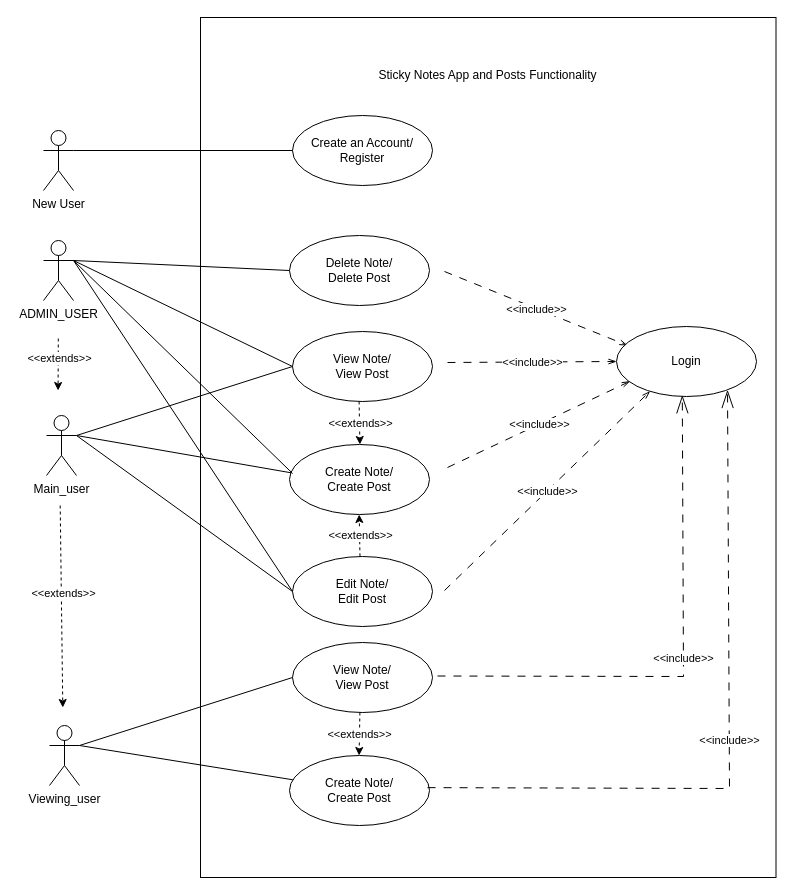
Above: Sticky_notes Use case diagram.drawio in DANIEL-BOERESCU/Sticky-notes (draw.io), before the change. Source tidied: cells renumbered, new cells numbered last; positions are measured from the earlier drawing's top-left corner, leaving out a move shared by most shapes. Both pictures are drawn from the tidied source at 100%, with x=0, y=0 at pixel (43, 17).
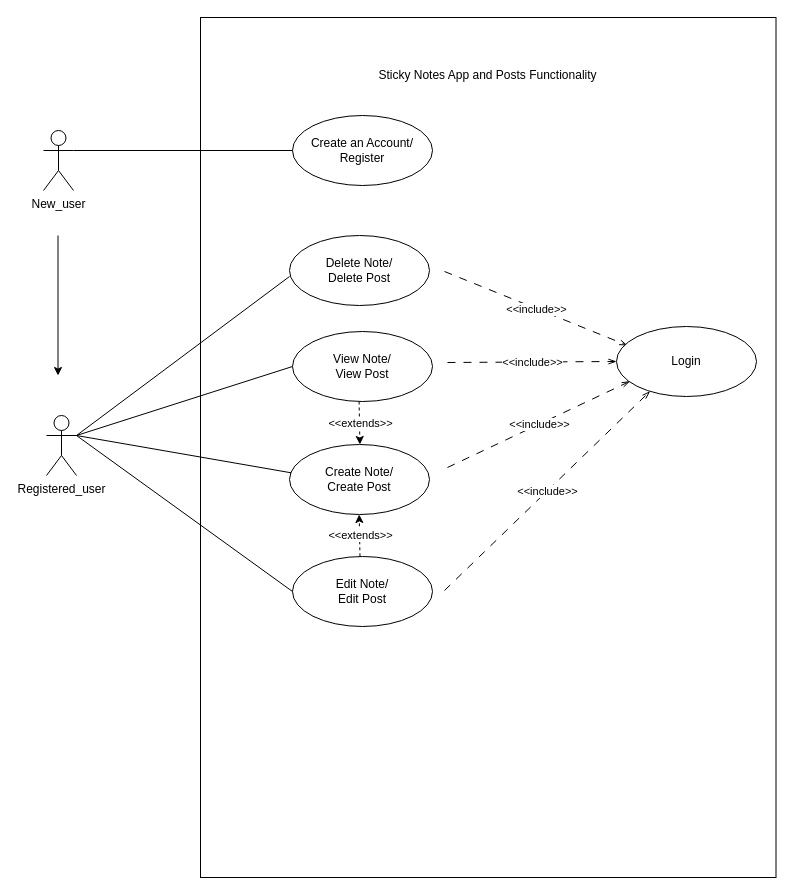
The same page after the edit.

Commit message (it also covers changes not shown here):
Amended diagrams

The change refers to these unchanged cells:
```xml
<mxCell id="6" value="View Note/&lt;div&gt;View Post&lt;br&gt;&lt;/div&gt;" style="ellipse;whiteSpace=wrap;html=1;" parent="1" vertex="1">
  <mxGeometry x="249" y="314" width="140" height="70" as="geometry" />
</mxCell>
<mxCell id="7" value="Create Note/&lt;div&gt;Create Post&lt;br&gt;&lt;/div&gt;" style="ellipse;whiteSpace=wrap;html=1;" parent="1" vertex="1">
  <mxGeometry x="246" y="427" width="140" height="70" as="geometry" />
</mxCell>
<mxCell id="9" value="Edit Note/&lt;div&gt;Edit Post&lt;/div&gt;" style="ellipse;whiteSpace=wrap;html=1;" parent="1" vertex="1">
  <mxGeometry x="249" y="539" width="140" height="70" as="geometry" />
</mxCell>
<mxCell id="21" value="Login" style="ellipse;whiteSpace=wrap;html=1;" parent="1" vertex="1">
  <mxGeometry x="573" y="309" width="140" height="70" as="geometry" />
</mxCell>
```

Diff of the diagram source:
```diff
@@
-    <mxCell id="3" value="New User" style="shape=umlActor;verticalLabelPosition=bottom;verticalAlign=top;html=1;" parent="1" vertex="1">
+    <mxCell id="3" value="New_user" style="shape=umlActor;verticalLabelPosition=bottom;verticalAlign=top;html=1;" parent="1" vertex="1">
       <mxGeometry y="113" width="30" height="60" as="geometry" />
     </mxCell>
-    <mxCell id="4" value="ADMIN_USER" style="shape=umlActor;verticalLabelPosition=bottom;verticalAlign=top;html=1;" parent="1" vertex="1">
-      <mxGeometry y="223" width="30" height="60" as="geometry" />
-    </mxCell>
-    <mxCell id="5" value="Main_user" style="shape=umlActor;verticalLabelPosition=bottom;verticalAlign=top;html=1;" parent="1" vertex="1">
+    <mxCell id="5" value="&lt;div&gt;&lt;span style=&quot;background-color: initial;&quot;&gt;Registered_user&lt;/span&gt;&lt;br&gt;&lt;/div&gt;" style="shape=umlActor;verticalLabelPosition=bottom;verticalAlign=top;html=1;" parent="1" vertex="1">
       <mxGeometry x="3" y="398" width="30" height="60" as="geometry" />
     </mxCell>
@@
-    <mxCell id="15" style="endArrow=none;html=1;rounded=0;endFill=0;exitX=1;exitY=0.3333333333333333;exitDx=0;exitDy=0;exitPerimeter=0;" parent="1" edge="1" source="4">
-      <mxGeometry relative="1" as="geometry">
-        <mxPoint x="246" y="253" as="targetPoint" />
-      </mxGeometry>
-    </mxCell>
@@
-    <mxCell id="17" style="endArrow=classic;html=1;rounded=0;dashed=1;" parent="1" edge="1">
-      <mxGeometry relative="1" as="geometry">
-        <mxPoint x="14.8" y="321" as="sourcePoint" />
-        <mxPoint x="14.6" y="373" as="targetPoint" />
-      </mxGeometry>
-    </mxCell>
-    <mxCell id="18" value="&amp;lt;&amp;lt;extends&amp;gt;&amp;gt;" style="edgeLabel;html=1;align=center;verticalAlign=middle;" parent="17" vertex="1">
-      <mxGeometry x="-0.28" y="1" relative="1" as="geometry" />
-    </mxCell>
@@
-    <mxCell id="30" value="Viewing_u&lt;span style=&quot;background-color: initial;&quot;&gt;ser&lt;/span&gt;" style="shape=umlActor;verticalLabelPosition=bottom;verticalAlign=top;html=1;" parent="1" vertex="1">
-      <mxGeometry x="6" y="708" width="30" height="60" as="geometry" />
-    </mxCell>
-    <mxCell id="31" style="endArrow=classic;html=1;rounded=0;dashed=1;" parent="1" edge="1">
-      <mxGeometry relative="1" as="geometry">
-        <mxPoint x="16.7" y="488" as="sourcePoint" />
-        <mxPoint x="19.3" y="690" as="targetPoint" />
-      </mxGeometry>
-    </mxCell>
-    <mxCell id="32" value="&amp;lt;&amp;lt;extends&amp;gt;&amp;gt;" style="edgeLabel;html=1;align=center;verticalAlign=middle;" parent="31" vertex="1">
-      <mxGeometry x="-0.13" y="2" relative="1" as="geometry" />
-    </mxCell>
-    <mxCell id="33" value="&amp;lt;&amp;lt;include&amp;gt;&amp;gt;" style="endArrow=openThin;endSize=16;endFill=0;html=1;rounded=0;entryX=0.47;entryY=0.983;entryDx=0;entryDy=0;entryPerimeter=0;dashed=1;dashPattern=8 8;" parent="1" edge="1" target="21">
-      <mxGeometry relative="1" as="geometry">
-        <mxPoint x="394" y="658.5" as="sourcePoint" />
-        <Array as="points">
-          <mxPoint x="640" y="659" />
-        </Array>
-      </mxGeometry>
-    </mxCell>
-    <mxCell id="34" value="View Note/&lt;div&gt;View Post&lt;br&gt;&lt;/div&gt;" style="ellipse;whiteSpace=wrap;html=1;" parent="1" vertex="1">
-      <mxGeometry x="249" y="625" width="140" height="70" as="geometry" />
-    </mxCell>
-    <mxCell id="35" value="Create Note/&lt;div&gt;Create Post&lt;br&gt;&lt;/div&gt;" style="ellipse;whiteSpace=wrap;html=1;" parent="1" vertex="1">
-      <mxGeometry x="246" y="738" width="140" height="70" as="geometry" />
-    </mxCell>
-    <mxCell id="36" style="endArrow=none;html=1;rounded=0;entryX=0;entryY=0.5;entryDx=0;entryDy=0;endFill=0;exitX=1;exitY=0.3333333333333333;exitDx=0;exitDy=0;exitPerimeter=0;" parent="1" edge="1" source="30" target="34">
-      <mxGeometry relative="1" as="geometry" />
-    </mxCell>
-    <mxCell id="37" style="endArrow=none;html=1;rounded=0;endFill=0;exitX=1;exitY=0.3333333333333333;exitDx=0;exitDy=0;exitPerimeter=0;" parent="1" edge="1" source="30" target="35">
-      <mxGeometry relative="1" as="geometry" />
-    </mxCell>
-    <mxCell id="38" style="endArrow=classic;html=1;rounded=0;exitX=0.5;exitY=0;exitDx=0;exitDy=0;dashed=1;" parent="1" edge="1">
-      <mxGeometry relative="1" as="geometry">
-        <mxPoint x="316.4" y="695" as="sourcePoint" />
-        <mxPoint x="315.6" y="738" as="targetPoint" />
-      </mxGeometry>
-    </mxCell>
-    <mxCell id="39" value="&amp;lt;&amp;lt;extends&amp;gt;&amp;gt;" style="edgeLabel;html=1;align=center;verticalAlign=middle;" parent="38" vertex="1">
-      <mxGeometry relative="1" as="geometry" />
-    </mxCell>
-    <mxCell id="40" value="&amp;lt;&amp;lt;include&amp;gt;&amp;gt;" style="endArrow=openThin;endSize=16;endFill=0;html=1;rounded=0;entryX=0.793;entryY=0.907;entryDx=0;entryDy=0;entryPerimeter=0;exitX=0.986;exitY=0.459;exitDx=0;exitDy=0;exitPerimeter=0;dashed=1;dashPattern=8 8;" parent="1" edge="1" source="35" target="21">
-      <mxGeometry relative="1" as="geometry">
-        <Array as="points">
-          <mxPoint x="686" y="771" />
-        </Array>
-      </mxGeometry>
-    </mxCell>
@@
-    <mxCell id="43" style="endArrow=none;html=1;rounded=0;endFill=0;entryX=0;entryY=0.5;entryDx=0;entryDy=0;exitX=1;exitY=0.3333333333333333;exitDx=0;exitDy=0;exitPerimeter=0;" parent="1" edge="1" source="4" target="6">
-      <mxGeometry relative="1" as="geometry" />
-    </mxCell>
-    <mxCell id="44" style="endArrow=none;html=1;rounded=0;endFill=0;entryX=0.022;entryY=0.414;entryDx=0;entryDy=0;exitX=1;exitY=0.3333333333333333;exitDx=0;exitDy=0;exitPerimeter=0;entryPerimeter=0;" parent="1" edge="1" source="4" target="7">
-      <mxGeometry relative="1" as="geometry" />
-    </mxCell>
-    <mxCell id="45" style="endArrow=none;html=1;rounded=0;entryX=0;entryY=0.5;entryDx=0;entryDy=0;endFill=0;exitX=1;exitY=0.3333333333333333;exitDx=0;exitDy=0;exitPerimeter=0;" parent="1" edge="1" source="4" target="9">
-      <mxGeometry relative="1" as="geometry" />
-    </mxCell>
+    <mxCell id="46" style="endArrow=none;html=1;rounded=0;entryX=0;entryY=0.5;entryDx=0;entryDy=0;endFill=0;exitX=1;exitY=0.3333333333333333;exitDx=0;exitDy=0;exitPerimeter=0;" parent="1" edge="1" source="5">
+      <mxGeometry relative="1" as="geometry">
+        <mxPoint x="246" y="259" as="targetPoint" />
+      </mxGeometry>
+    </mxCell>
+    <mxCell id="47" style="endArrow=classic;html=1;rounded=0;" parent="1" edge="1">
+      <mxGeometry relative="1" as="geometry">
+        <mxPoint x="14.5" y="218" as="sourcePoint" />
+        <mxPoint x="14.5" y="358" as="targetPoint" />
+      </mxGeometry>
+    </mxCell>
```
